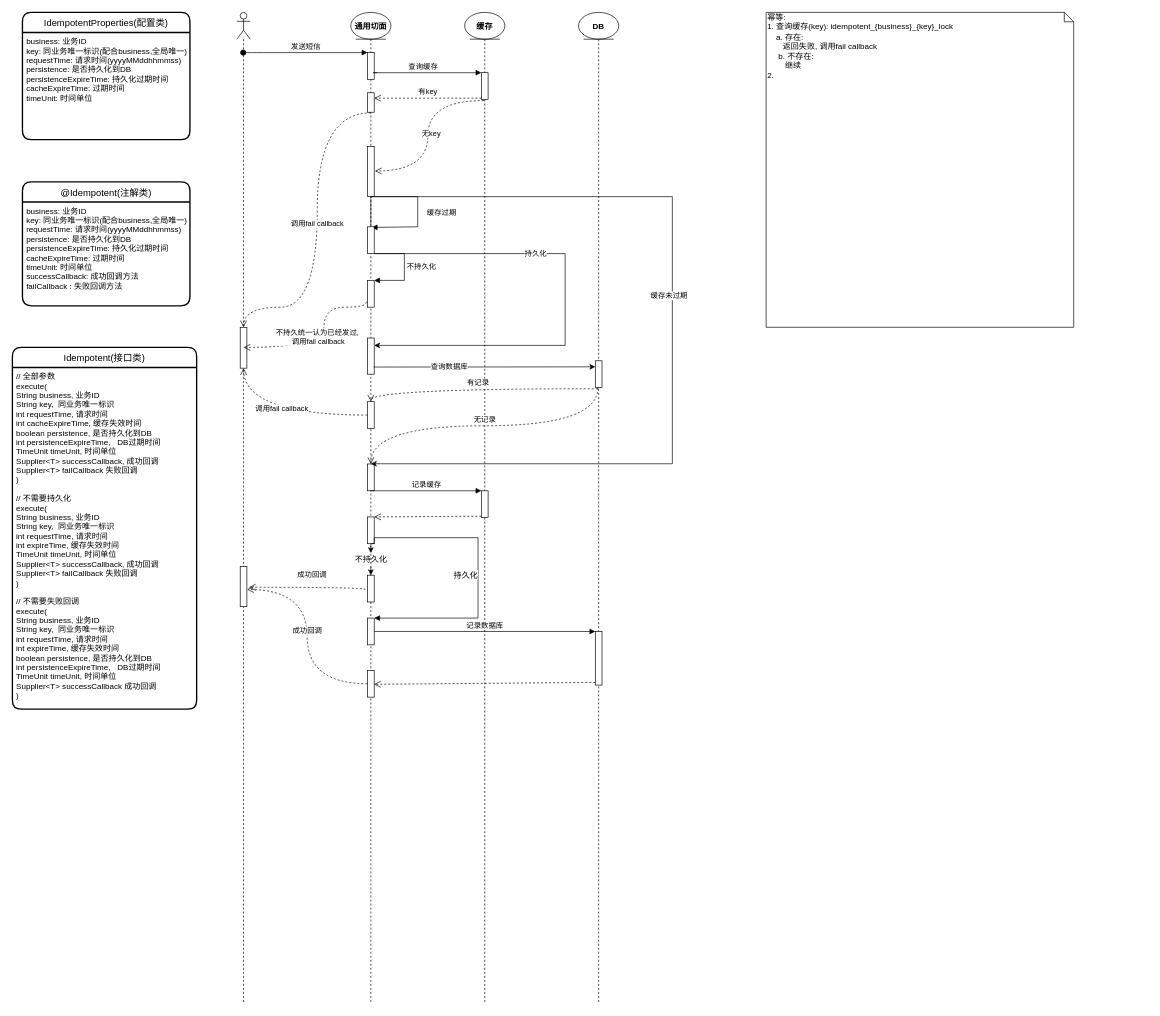
Above: drawioes/幂等流程图.drawio in moriwuzhe/org-diagrams (draw.io), before the change. Source tidied: cells renumbered, new cells numbered last; positions are measured from the earlier drawing's top-left corner, leaving out a move shared by most shapes. Both pictures are drawn from the tidied source at 67%, with x=0, y=0 at pixel (12, 12).
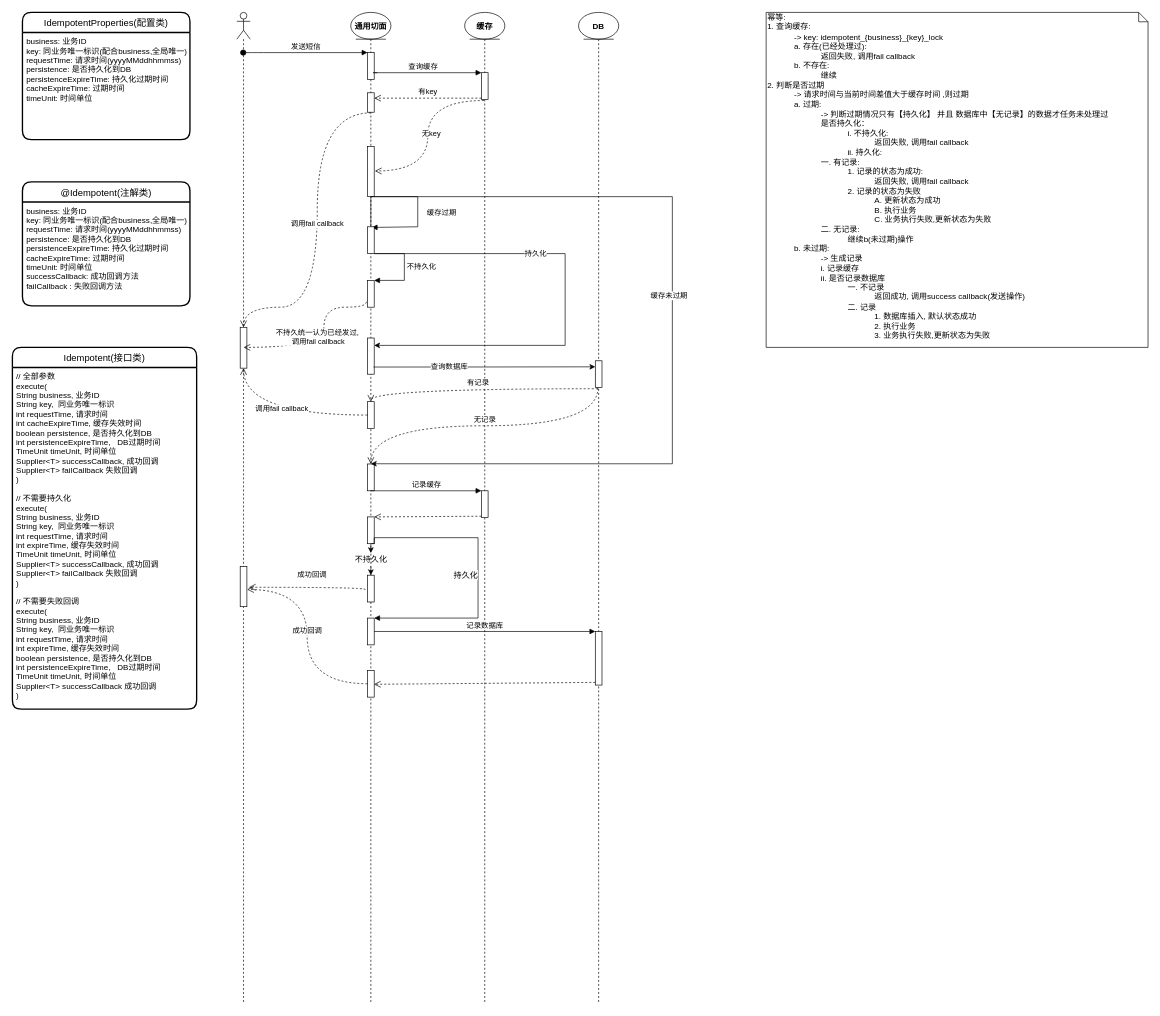
After the change.

Commit message (it also covers changes not shown here):
更新幂等流程图.drawio

Change to the diagram source:
```diff
@@
-    <mxCell id="57" value="幂等:&lt;br&gt;1. 查询缓存(key): idempotent_{business}_{key}_lock&lt;br&gt;&amp;nbsp; &amp;nbsp; a. 存在:&amp;nbsp;&lt;br&gt;&amp;nbsp; &amp;nbsp; &amp;nbsp; &amp;nbsp;返回失败, 调用fail callback&lt;br&gt;&amp;nbsp; &amp;nbsp; &amp;nbsp;b. 不存在:&lt;br&gt;&amp;nbsp; &amp;nbsp; &amp;nbsp; &amp;nbsp; 继续&lt;br&gt;2.&amp;nbsp;&lt;br&gt;&lt;br&gt;&lt;br&gt;" style="shape=note;whiteSpace=wrap;html=1;size=14;verticalAlign=top;align=left;spacingTop=-6;" parent="1" vertex="1">
-      <mxGeometry x="1125" width="459" height="470" as="geometry" />
+    <mxCell id="57" value="&lt;div&gt;&lt;div&gt;幂等:&lt;/div&gt;&lt;div&gt;1. 查询缓存:&lt;/div&gt;&lt;/div&gt;&lt;blockquote style=&quot;margin: 0 0 0 40px ; border: none ; padding: 0px&quot;&gt;&lt;div&gt;&lt;div&gt;-&amp;gt; key: idempotent_{business}_{key}_lock&lt;/div&gt;&lt;/div&gt;&lt;/blockquote&gt;&lt;blockquote style=&quot;margin: 0 0 0 40px ; border: none ; padding: 0px&quot;&gt;&lt;div&gt;&lt;div&gt;a. 存在(已经处理过):&amp;nbsp;&lt;/div&gt;&lt;/div&gt;&lt;/blockquote&gt;&lt;blockquote style=&quot;margin: 0 0 0 40px ; border: none ; padding: 0px&quot;&gt;&lt;blockquote style=&quot;margin: 0 0 0 40px ; border: none ; padding: 0px&quot;&gt;&lt;div&gt;&lt;div&gt;返回失败, 调用fail callback&lt;/div&gt;&lt;/div&gt;&lt;/blockquote&gt;&lt;/blockquote&gt;&lt;blockquote style=&quot;margin: 0 0 0 40px ; border: none ; padding: 0px&quot;&gt;&lt;div&gt;&lt;div&gt;b. 不存在:&lt;/div&gt;&lt;/div&gt;&lt;/blockquote&gt;&lt;blockquote style=&quot;margin: 0 0 0 40px ; border: none ; padding: 0px&quot;&gt;&lt;blockquote style=&quot;margin: 0 0 0 40px ; border: none ; padding: 0px&quot;&gt;&lt;div&gt;&lt;div&gt;继续&lt;/div&gt;&lt;/div&gt;&lt;/blockquote&gt;&lt;/blockquote&gt;&lt;div&gt;&lt;div&gt;2. 判断是否过期&lt;/div&gt;&lt;/div&gt;&lt;blockquote style=&quot;margin: 0 0 0 40px ; border: none ; padding: 0px&quot;&gt;&lt;div&gt;&lt;div&gt;-&amp;gt; 请求时间与当前时间差值大于缓存时间 ,则过期&lt;/div&gt;&lt;/div&gt;&lt;div&gt;&lt;div&gt;a. 过期:&lt;/div&gt;&lt;/div&gt;&lt;/blockquote&gt;&lt;blockquote style=&quot;margin: 0 0 0 40px ; border: none ; padding: 0px&quot;&gt;&lt;blockquote style=&quot;margin: 0 0 0 40px ; border: none ; padding: 0px&quot;&gt;&lt;div&gt;&lt;div&gt;-&amp;gt; 判断过期情况只有【持久化】 并且 数据库中【无记录】的数据才任务未处理过&lt;/div&gt;&lt;/div&gt;&lt;/blockquote&gt;&lt;blockquote style=&quot;margin: 0 0 0 40px ; border: none ; padding: 0px&quot;&gt;&lt;div&gt;&lt;div&gt;是否持久化：&lt;/div&gt;&lt;/div&gt;&lt;/blockquote&gt;&lt;/blockquote&gt;&lt;blockquote style=&quot;margin: 0 0 0 40px ; border: none ; padding: 0px&quot;&gt;&lt;blockquote style=&quot;margin: 0 0 0 40px ; border: none ; padding: 0px&quot;&gt;&lt;blockquote style=&quot;margin: 0 0 0 40px ; border: none ; padding: 0px&quot;&gt;&lt;div&gt;&lt;div&gt;i. 不持久化:&lt;/div&gt;&lt;/div&gt;&lt;/blockquote&gt;&lt;/blockquote&gt;&lt;blockquote style=&quot;margin: 0 0 0 40px ; border: none ; padding: 0px&quot;&gt;&lt;blockquote style=&quot;margin: 0 0 0 40px ; border: none ; padding: 0px&quot;&gt;&lt;blockquote style=&quot;margin: 0 0 0 40px ; border: none ; padding: 0px&quot;&gt;&lt;div&gt;&lt;div&gt;返回失败, 调用fail callback&lt;/div&gt;&lt;/div&gt;&lt;/blockquote&gt;&lt;/blockquote&gt;&lt;/blockquote&gt;&lt;blockquote style=&quot;margin: 0 0 0 40px ; border: none ; padding: 0px&quot;&gt;&lt;blockquote style=&quot;margin: 0 0 0 40px ; border: none ; padding: 0px&quot;&gt;&lt;div&gt;&lt;div&gt;ii. 持久化:&lt;/div&gt;&lt;/div&gt;&lt;/blockquote&gt;&lt;/blockquote&gt;&lt;/blockquote&gt;&lt;blockquote style=&quot;margin: 0 0 0 40px ; border: none ; padding: 0px&quot;&gt;&lt;blockquote style=&quot;margin: 0 0 0 40px ; border: none ; padding: 0px&quot;&gt;&lt;div&gt;&lt;div&gt;一. 有记录:&lt;/div&gt;&lt;/div&gt;&lt;/blockquote&gt;&lt;/blockquote&gt;&lt;blockquote style=&quot;margin: 0 0 0 40px ; border: none ; padding: 0px&quot;&gt;&lt;blockquote style=&quot;margin: 0 0 0 40px ; border: none ; padding: 0px&quot;&gt;&lt;blockquote style=&quot;margin: 0 0 0 40px ; border: none ; padding: 0px&quot;&gt;&lt;div&gt;&lt;div&gt;1. 记录的状态为成功:&lt;/div&gt;&lt;/div&gt;&lt;/blockquote&gt;&lt;/blockquote&gt;&lt;blockquote style=&quot;margin: 0 0 0 40px ; border: none ; padding: 0px&quot;&gt;&lt;blockquote style=&quot;margin: 0 0 0 40px ; border: none ; padding: 0px&quot;&gt;&lt;blockquote style=&quot;margin: 0 0 0 40px ; border: none ; padding: 0px&quot;&gt;&lt;div&gt;&lt;div&gt;返回失败, 调用fail callback&lt;/div&gt;&lt;/div&gt;&lt;/blockquote&gt;&lt;/blockquote&gt;&lt;/blockquote&gt;&lt;blockquote style=&quot;margin: 0 0 0 40px ; border: none ; padding: 0px&quot;&gt;&lt;blockquote style=&quot;margin: 0 0 0 40px ; border: none ; padding: 0px&quot;&gt;&lt;div&gt;&lt;div&gt;2. 记录的状态为失败&lt;/div&gt;&lt;/div&gt;&lt;/blockquote&gt;&lt;/blockquote&gt;&lt;blockquote style=&quot;margin: 0 0 0 40px ; border: none ; padding: 0px&quot;&gt;&lt;blockquote style=&quot;margin: 0 0 0 40px ; border: none ; padding: 0px&quot;&gt;&lt;blockquote style=&quot;margin: 0 0 0 40px ; border: none ; padding: 0px&quot;&gt;&lt;div&gt;&lt;div&gt;A. 更新状态为成功&lt;/div&gt;&lt;/div&gt;&lt;/blockquote&gt;&lt;/blockquote&gt;&lt;/blockquote&gt;&lt;blockquote style=&quot;margin: 0 0 0 40px ; border: none ; padding: 0px&quot;&gt;&lt;blockquote style=&quot;margin: 0 0 0 40px ; border: none ; padding: 0px&quot;&gt;&lt;blockquote style=&quot;margin: 0 0 0 40px ; border: none ; padding: 0px&quot;&gt;&lt;div&gt;&lt;div&gt;B. 执行业务&lt;/div&gt;&lt;/div&gt;&lt;/blockquote&gt;&lt;/blockquote&gt;&lt;/blockquote&gt;&lt;blockquote style=&quot;margin: 0 0 0 40px ; border: none ; padding: 0px&quot;&gt;&lt;blockquote style=&quot;margin: 0 0 0 40px ; border: none ; padding: 0px&quot;&gt;&lt;blockquote style=&quot;margin: 0 0 0 40px ; border: none ; padding: 0px&quot;&gt;&lt;div&gt;&lt;div&gt;C. 业务执行失败,更新状态为失败&lt;/div&gt;&lt;/div&gt;&lt;/blockquote&gt;&lt;/blockquote&gt;&lt;/blockquote&gt;&lt;/blockquote&gt;&lt;blockquote style=&quot;margin: 0 0 0 40px ; border: none ; padding: 0px&quot;&gt;&lt;blockquote style=&quot;margin: 0 0 0 40px ; border: none ; padding: 0px&quot;&gt;&lt;div&gt;&lt;div&gt;二. 无记录:&lt;/div&gt;&lt;/div&gt;&lt;/blockquote&gt;&lt;/blockquote&gt;&lt;blockquote style=&quot;margin: 0 0 0 40px ; border: none ; padding: 0px&quot;&gt;&lt;blockquote style=&quot;margin: 0 0 0 40px ; border: none ; padding: 0px&quot;&gt;&lt;blockquote style=&quot;margin: 0 0 0 40px ; border: none ; padding: 0px&quot;&gt;&lt;div&gt;&lt;div&gt;继续b(未过期)操作&lt;/div&gt;&lt;/div&gt;&lt;/blockquote&gt;&lt;/blockquote&gt;&lt;/blockquote&gt;&lt;blockquote style=&quot;margin: 0 0 0 40px ; border: none ; padding: 0px&quot;&gt;&lt;div&gt;&lt;div&gt;b. 未过期:&lt;/div&gt;&lt;/div&gt;&lt;/blockquote&gt;&lt;blockquote style=&quot;margin: 0 0 0 40px ; border: none ; padding: 0px&quot;&gt;&lt;blockquote style=&quot;margin: 0 0 0 40px ; border: none ; padding: 0px&quot;&gt;&lt;div&gt;&lt;div&gt;-&amp;gt; 生成记录&lt;/div&gt;&lt;/div&gt;&lt;/blockquote&gt;&lt;blockquote style=&quot;margin: 0 0 0 40px ; border: none ; padding: 0px&quot;&gt;&lt;div&gt;&lt;div&gt;i. 记录缓存&lt;/div&gt;&lt;/div&gt;&lt;/blockquote&gt;&lt;blockquote style=&quot;margin: 0 0 0 40px ; border: none ; padding: 0px&quot;&gt;&lt;div&gt;&lt;div&gt;ii. 是否记录数据库&lt;/div&gt;&lt;/div&gt;&lt;/blockquote&gt;&lt;/blockquote&gt;&lt;blockquote style=&quot;margin: 0 0 0 40px ; border: none ; padding: 0px&quot;&gt;&lt;blockquote style=&quot;margin: 0 0 0 40px ; border: none ; padding: 0px&quot;&gt;&lt;blockquote style=&quot;margin: 0 0 0 40px ; border: none ; padding: 0px&quot;&gt;&lt;div&gt;&lt;div&gt;一. 不记录&lt;/div&gt;&lt;/div&gt;&lt;/blockquote&gt;&lt;/blockquote&gt;&lt;/blockquote&gt;&lt;blockquote style=&quot;margin: 0 0 0 40px ; border: none ; padding: 0px&quot;&gt;&lt;blockquote style=&quot;margin: 0 0 0 40px ; border: none ; padding: 0px&quot;&gt;&lt;blockquote style=&quot;margin: 0 0 0 40px ; border: none ; padding: 0px&quot;&gt;&lt;blockquote style=&quot;margin: 0 0 0 40px ; border: none ; padding: 0px&quot;&gt;&lt;div&gt;&lt;div&gt;返回成功, 调用success callback(发送操作)&lt;/div&gt;&lt;/div&gt;&lt;/blockquote&gt;&lt;/blockquote&gt;&lt;/blockquote&gt;&lt;/blockquote&gt;&lt;blockquote style=&quot;margin: 0 0 0 40px ; border: none ; padding: 0px&quot;&gt;&lt;blockquote style=&quot;margin: 0 0 0 40px ; border: none ; padding: 0px&quot;&gt;&lt;blockquote style=&quot;margin: 0 0 0 40px ; border: none ; padding: 0px&quot;&gt;&lt;div&gt;&lt;div&gt;二. 记录&lt;/div&gt;&lt;/div&gt;&lt;/blockquote&gt;&lt;/blockquote&gt;&lt;blockquote style=&quot;margin: 0 0 0 40px ; border: none ; padding: 0px&quot;&gt;&lt;blockquote style=&quot;margin: 0 0 0 40px ; border: none ; padding: 0px&quot;&gt;&lt;blockquote style=&quot;margin: 0 0 0 40px ; border: none ; padding: 0px&quot;&gt;&lt;div&gt;&lt;div&gt;1. 数据库插入, 默认状态成功&lt;/div&gt;&lt;/div&gt;&lt;/blockquote&gt;&lt;/blockquote&gt;&lt;/blockquote&gt;&lt;blockquote style=&quot;margin: 0 0 0 40px ; border: none ; padding: 0px&quot;&gt;&lt;blockquote style=&quot;margin: 0 0 0 40px ; border: none ; padding: 0px&quot;&gt;&lt;blockquote style=&quot;margin: 0 0 0 40px ; border: none ; padding: 0px&quot;&gt;&lt;div&gt;&lt;div&gt;2. 执行业务&lt;/div&gt;&lt;/div&gt;&lt;/blockquote&gt;&lt;/blockquote&gt;&lt;/blockquote&gt;&lt;blockquote style=&quot;margin: 0 0 0 40px ; border: none ; padding: 0px&quot;&gt;&lt;blockquote style=&quot;margin: 0 0 0 40px ; border: none ; padding: 0px&quot;&gt;&lt;blockquote style=&quot;margin: 0 0 0 40px ; border: none ; padding: 0px&quot;&gt;&lt;div&gt;&lt;div&gt;3. 业务执行失败,更新状态为失败&lt;/div&gt;&lt;/div&gt;&lt;/blockquote&gt;&lt;/blockquote&gt;&lt;/blockquote&gt;&lt;/blockquote&gt;&lt;div&gt;&lt;span&gt;   &lt;/span&gt;&lt;/div&gt;" style="shape=note;whiteSpace=wrap;html=1;size=14;verticalAlign=top;align=left;spacingTop=-6;" parent="1" vertex="1">
+      <mxGeometry x="1125" width="570" height="500" as="geometry" />
     </mxCell>
```
